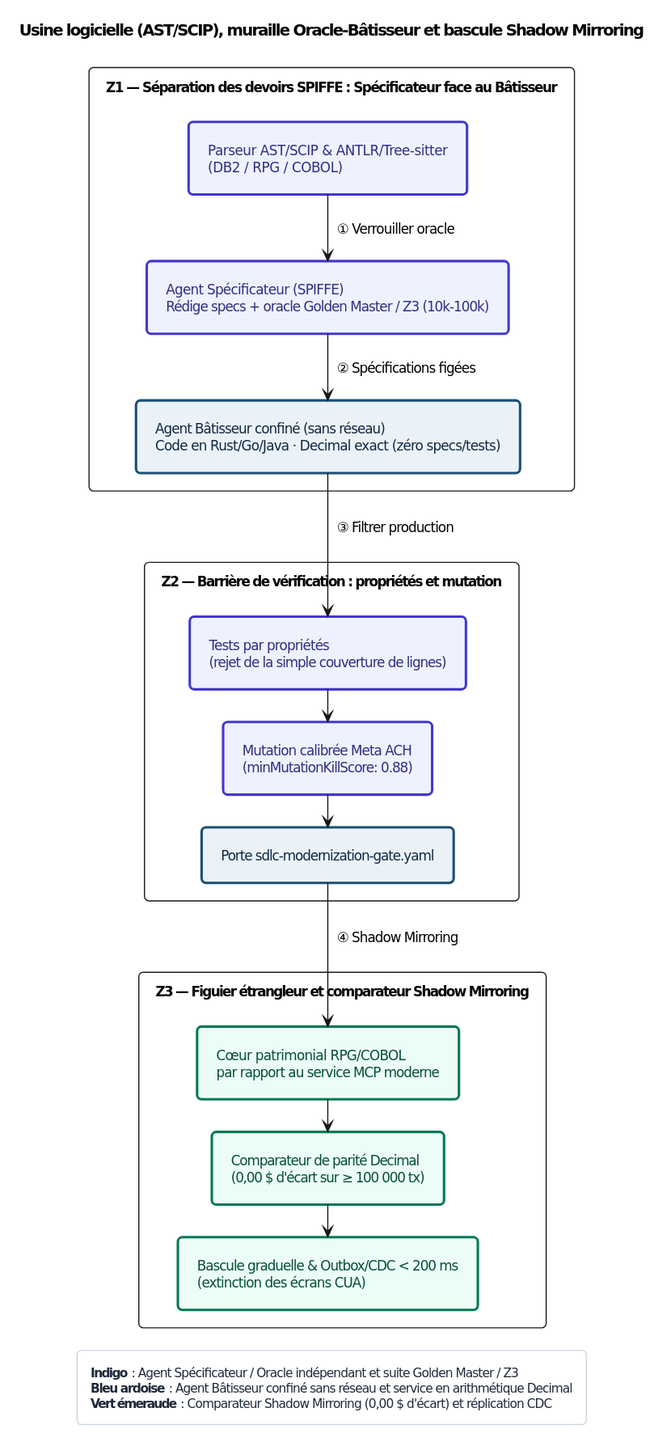
Before: Sources/Compendium/ouvrage/schemas/rendus/SCH-04-03.svg, a diagram exported from PlantUML (agbruneau/Agentique). Source of this version:
```plantuml
@startuml
<style>
document { BackgroundColor #FFFFFF; }
.det { BackgroundColor #EBF2F7; LineColor #1B4F72; LineThickness 2.2; FontColor #0F2942; }
.blue { BackgroundColor #EFF6FF; LineColor #1D4ED8; LineThickness 2.2; FontColor #1E3A8A; }
.prob { BackgroundColor #FFF5E0; LineColor #D97706; LineThickness 2.0; LineStyle 5; FontColor #451A03; }
.amber { BackgroundColor #FFFBEB; LineColor #B45309; LineThickness 2.0; FontColor #451A03; }
.green { BackgroundColor #ECFDF5; LineColor #047857; LineThickness 2.2; FontColor #064E3B; }
.teal { BackgroundColor #F0FDFA; LineColor #0F766E; LineThickness 2.2; FontColor #134E4A; }
.red { BackgroundColor #FEF2F2; LineColor #B91C1C; LineThickness 2.2; FontColor #7F1D1D; }
.purple { BackgroundColor #F5F3FF; LineColor #6D28D9; LineThickness 2.2; FontColor #4C1D95; }
.indigo { BackgroundColor #EEF2FF; LineColor #4338CA; LineThickness 2.2; FontColor #312E81; }
.gray { BackgroundColor #F1F5F9; LineColor #475569; LineThickness 1.8; FontColor #1E293B; }
package { BackgroundColor #F8FAFC; LineColor #64748B; LineThickness 1.2; FontColor #334155; }
legend { BackgroundColor #FFFFFF; LineColor #CBD5E1; FontColor #1E293B; FontSize 11; }
</style>
hide stereotype
skinparam defaultFontName "DejaVu Sans"
skinparam defaultFontSize 12
skinparam shadowing false
skinparam roundcorner 8
skinparam packageStyle rectangle
skinparam nodesep 22
skinparam ranksep 28
skinparam padding 7

top to bottom direction
title Usine logicielle (AST/SCIP), muraille Oracle-Bâtisseur et bascule Shadow Mirroring

package "Z1 — Séparation des devoirs SPIFFE : Spécificateur face au Bâtisseur" {
  rectangle "Parseur AST/SCIP & ANTLR/Tree-sitter\n(DB2 / RPG / COBOL)" as N1 <<indigo>>
  rectangle "Agent Spécificateur (SPIFFE)\nRédige specs + oracle Golden Master / Z3 (10k-100k)" as N2 <<indigo>>
  rectangle "Agent Bâtisseur confiné (sans réseau)\nCode en Rust/Go/Java · Decimal exact (zéro specs/tests)" as N3 <<det>>
  N1 --> N2 : ① Verrouiller oracle
  N2 --> N3 : ② Spécifications figées
}

package "Z2 — Barrière de vérification : propriétés et mutation" {
  rectangle "Tests par propriétés\n(rejet de la simple couverture de lignes)" as N4 <<indigo>>
  rectangle "Mutation calibrée Meta ACH\n(minMutationKillScore: 0.88)" as N5 <<indigo>>
  rectangle "Porte sdlc-modernization-gate.yaml" as N6 <<det>>
  N3 --> N4 : ③ Filtrer production
  N4 --> N5
  N5 --> N6
}

package "Z3 — Figuier étrangleur et comparateur Shadow Mirroring" {
  rectangle "Cœur patrimonial RPG/COBOL\npar rapport au service MCP moderne" as N7 <<green>>
  rectangle "Comparateur de parité Decimal\n(0,00 $ d'écart sur ≥ 100 000 tx)" as N8 <<green>>
  rectangle "Bascule graduelle & Outbox/CDC < 200 ms\n(extinction des écrans CUA)" as N9 <<green>>
  N6 --> N7 : ④ Shadow Mirroring
  N7 --> N8
  N8 --> N9
}

legend bottom
  **Indigo** : Agent Spécificateur / Oracle indépendant et suite Golden Master / Z3
  **Bleu ardoise** : Agent Bâtisseur confiné sans réseau et service en arithmétique Decimal
  **Vert émeraude** : Comparateur Shadow Mirroring (0,00 $ d'écart) et réplication CDC
end legend
@enduml
```
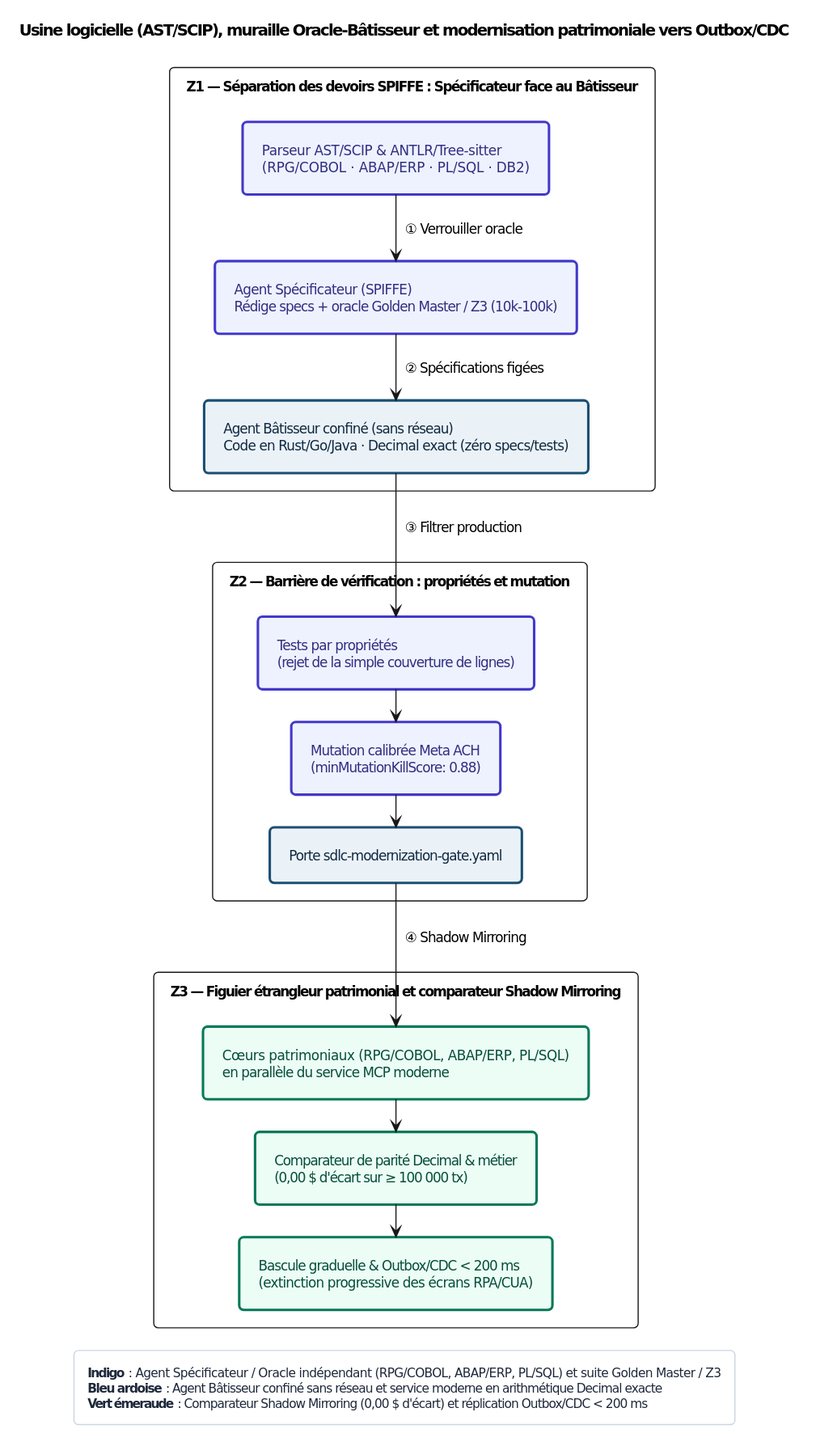
The same file after the commit.

What changed in the source:
```diff
@@ -25,10 +25,10 @@
 skinparam padding 7
 
 top to bottom direction
-title Usine logicielle (AST/SCIP), muraille Oracle-Bâtisseur et bascule Shadow Mirroring
+title Usine logicielle (AST/SCIP), muraille Oracle-Bâtisseur et modernisation patrimoniale vers Outbox/CDC
 
 package "Z1 — Séparation des devoirs SPIFFE : Spécificateur face au Bâtisseur" {
-  rectangle "Parseur AST/SCIP & ANTLR/Tree-sitter\n(DB2 / RPG / COBOL)" as N1 <<indigo>>
+  rectangle "Parseur AST/SCIP & ANTLR/Tree-sitter\n(RPG/COBOL · ABAP/ERP · PL/SQL · DB2)" as N1 <<indigo>>
   rectangle "Agent Spécificateur (SPIFFE)\nRédige specs + oracle Golden Master / Z3 (10k-100k)" as N2 <<indigo>>
   rectangle "Agent Bâtisseur confiné (sans réseau)\nCode en Rust/Go/Java · Decimal exact (zéro specs/tests)" as N3 <<det>>
   N1 --> N2 : ① Verrouiller oracle
@@ -44,18 +44,18 @@
   N5 --> N6
 }
 
-package "Z3 — Figuier étrangleur et comparateur Shadow Mirroring" {
-  rectangle "Cœur patrimonial RPG/COBOL\npar rapport au service MCP moderne" as N7 <<green>>
-  rectangle "Comparateur de parité Decimal\n(0,00 $ d'écart sur ≥ 100 000 tx)" as N8 <<green>>
-  rectangle "Bascule graduelle & Outbox/CDC < 200 ms\n(extinction des écrans CUA)" as N9 <<green>>
+package "Z3 — Figuier étrangleur patrimonial et comparateur Shadow Mirroring" {
+  rectangle "Cœurs patrimoniaux (RPG/COBOL, ABAP/ERP, PL/SQL)\nen parallèle du service MCP moderne" as N7 <<green>>
+  rectangle "Comparateur de parité Decimal & métier\n(0,00 $ d'écart sur ≥ 100 000 tx)" as N8 <<green>>
+  rectangle "Bascule graduelle & Outbox/CDC < 200 ms\n(extinction progressive des écrans RPA/CUA)" as N9 <<green>>
   N6 --> N7 : ④ Shadow Mirroring
   N7 --> N8
   N8 --> N9
 }
 
 legend bottom
-  **Indigo** : Agent Spécificateur / Oracle indépendant et suite Golden Master / Z3
-  **Bleu ardoise** : Agent Bâtisseur confiné sans réseau et service en arithmétique Decimal
-  **Vert émeraude** : Comparateur Shadow Mirroring (0,00 $ d'écart) et réplication CDC
+  **Indigo** : Agent Spécificateur / Oracle indépendant (RPG/COBOL, ABAP/ERP, PL/SQL) et suite Golden Master / Z3
+  **Bleu ardoise** : Agent Bâtisseur confiné sans réseau et service moderne en arithmétique Decimal exacte
+  **Vert émeraude** : Comparateur Shadow Mirroring (0,00 $ d'écart) et réplication Outbox/CDC < 200 ms
 end legend
 @enduml
```
